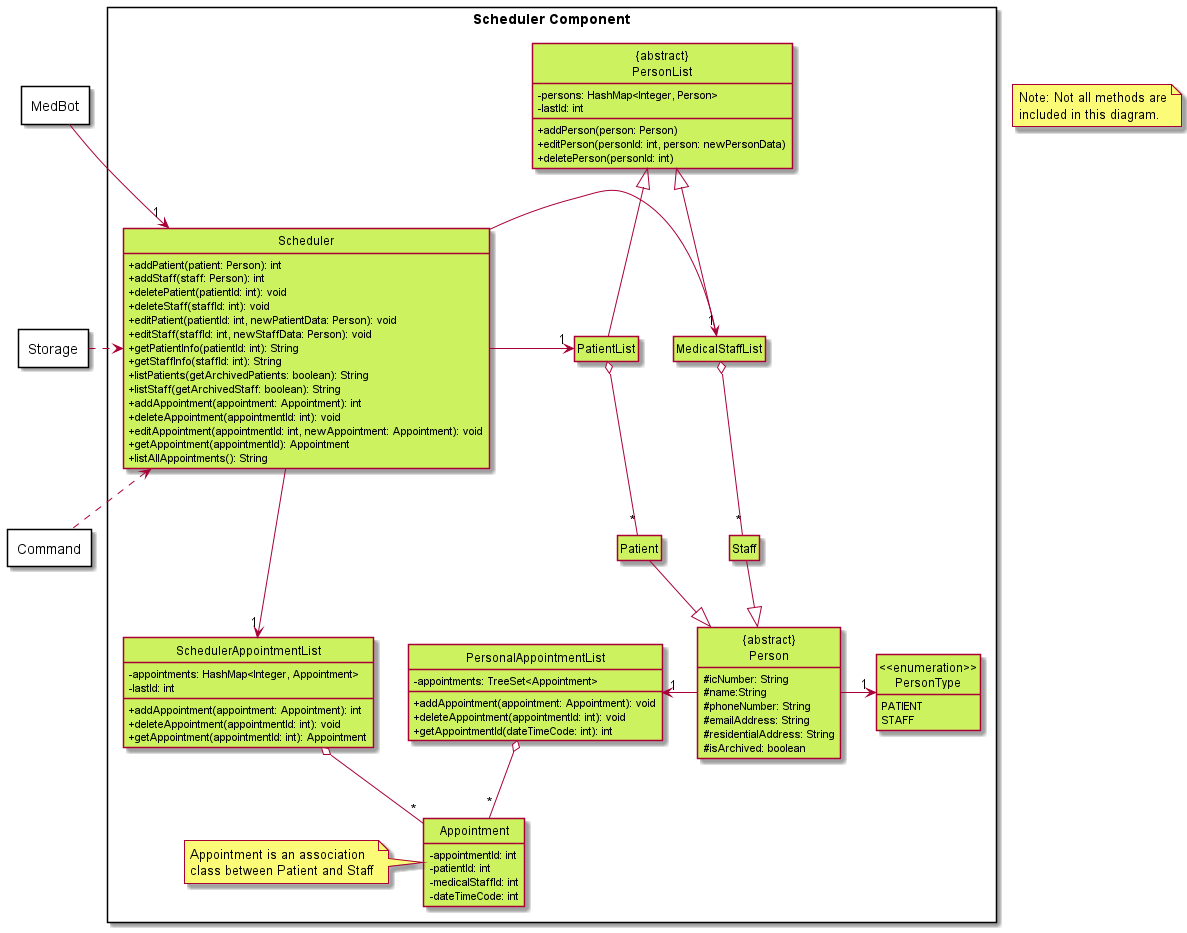
This is docs/diagrams/SchedulerClassDiagram.png from nus-cs2113-AY2122S1/tp, a PlantUML export, as it was before one commit. Source of this version:
```plantuml
@startuml
!define SCHEDULER_COLOR #CDF260

skinparam class {
    BackgroundColor SCHEDULER_COLOR
}

hide circle
hide empty members
skinparam classAttributeIconSize 0

package "MedBot" <<Rectangle>> {
}

package "Storage" <<Rectangle>> {
}

package "Command" <<Rectangle>> {
}

package "Scheduler Component" <<Rectangle>> {
    class Scheduler
    class "{abstract}\nPersonList" as PersonList
    class PatientList
    class "MedicalStaffList" as StaffList
    class SchedulerAppointmentList
    class "{abstract}\nPerson" as Person
    class Patient
    class Staff
    class PersonalAppointmentList
    class Appointment
    note left: Appointment is an association\nclass between Patient and Staff
    enum "<<enumeration>>\nPersonType" as PersonType
}

MedBot -down-> "1" Scheduler
Storage .right.> Scheduler
Command .up.> Scheduler

MedBot -[hidden]down-> Storage
Storage -[hidden]down-> Command

class Scheduler {
    +addPatient(patient: Person): int
    +addStaff(staff: Person): int
    +deletePatient(patientId: int): void
    +deleteStaff(staffId: int): void
    +editPatient(patientId: int, newPatientData: Person): void
    +editStaff(staffId: int, newStaffData: Person): void
    +getPatientInfo(patientId: int): String
    +getStaffInfo(staffId: int): String
    +listPatients(getArchivedPatients: boolean): String
    +listStaff(getArchivedStaff: boolean): String
    +addAppointment(appointment: Appointment): int
    +deleteAppointment(appointmentId: int): void
    +editAppointment(appointmentId: int, newAppointment: Appointment): void
    +getAppointment(appointmentId): Appointment
    +listAllAppointments(): String
}

class PersonList {
    -persons: HashMap<Integer, Person>
    -lastId: int
    +addPerson(person: Person)
    +editPerson(personId: int, person: newPersonData)
    +deletePerson(personId: int)

}

class Person {
    #icNumber: String
    #name:String
    #phoneNumber: String
    #emailAddress: String
    #residentialAddress: String
    #isArchived: boolean
}

enum PersonType {
    PATIENT
    STAFF
}

class PersonalAppointmentList {
    -appointments: TreeSet<Appointment>
    +addAppointment(appointment: Appointment): void
    +deleteAppointment(appointmentId: int): void
    +getAppointmentId(dateTimeCode: int): int
}

class SchedulerAppointmentList {
    -appointments: HashMap<Integer, Appointment>
    -lastId: int
    +addAppointment(appointment: Appointment): int
    +deleteAppointment(appointmentId: int): void
    +getAppointment(appointmentId: int): Appointment
}

class Appointment {
    -appointmentId: int
    -patientId: int
    -medicalStaffId: int
    -dateTimeCode: int
}



PersonList <|-down- PatientList
PersonList <|-down- StaffList
Person <|-up- Patient
Person <|-up- Staff
Person -right-> "1" PersonType
Person -left-> "1" PersonalAppointmentList
PatientList o-down- "*" Patient
StaffList o-down- "*" Staff
Scheduler -right-> "1" PatientList
Scheduler -right-> "1" StaffList
Scheduler -down--> "1" SchedulerAppointmentList
PersonalAppointmentList o-down- "*" Appointment
SchedulerAppointmentList o-down- "*" Appointment

SchedulerAppointmentList -[hidden]right- PersonalAppointmentList



note as MethodsNote
Note: Not all methods are
included in this diagram.
end note
@enduml
```
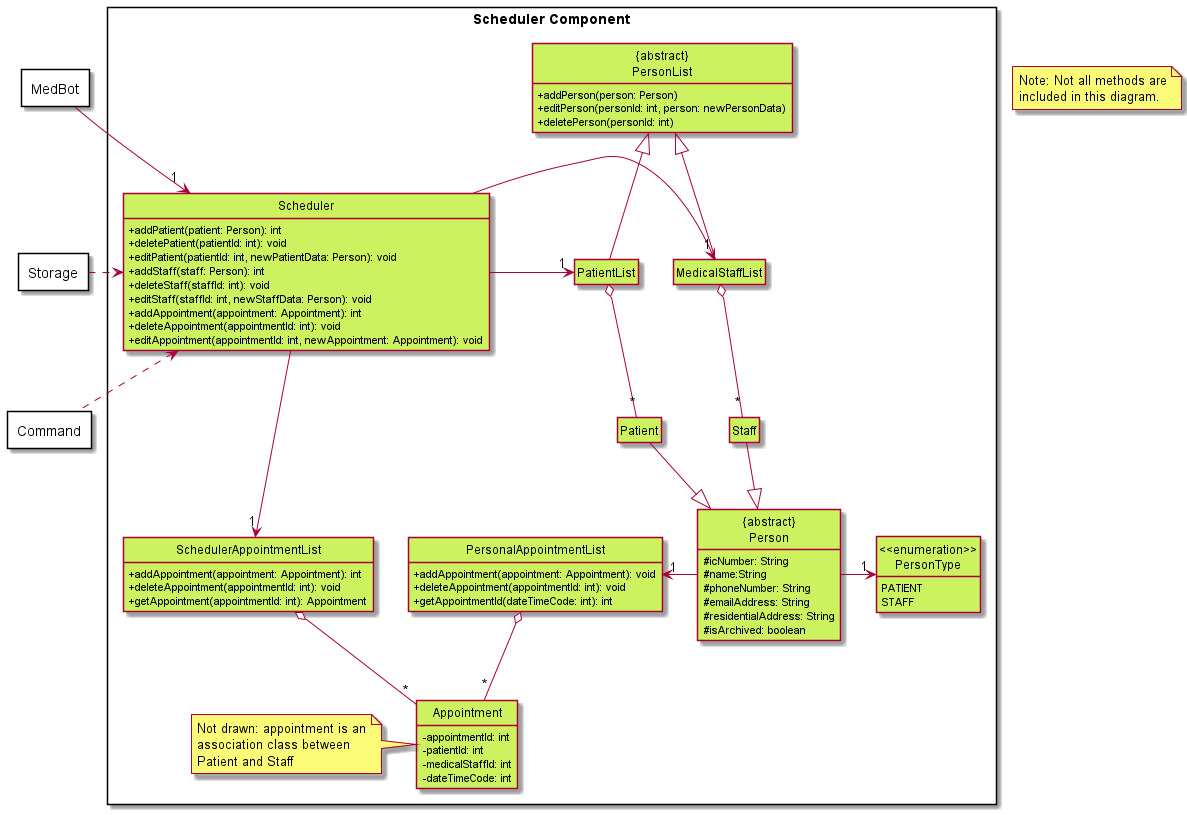
After the commit.

Diff of the diagram source:
```diff
@@ -29,7 +29,7 @@
     class Staff
     class PersonalAppointmentList
     class Appointment
-    note left: Appointment is an association\nclass between Patient and Staff
+    note left: Not drawn: appointment is an\nassociation class between\nPatient and Staff
     enum "<<enumeration>>\nPersonType" as PersonType
 }
 
@@ -42,29 +42,20 @@
 
 class Scheduler {
     +addPatient(patient: Person): int
+    +deletePatient(patientId: int): void
+    +editPatient(patientId: int, newPatientData: Person): void
     +addStaff(staff: Person): int
-    +deletePatient(patientId: int): void
     +deleteStaff(staffId: int): void
-    +editPatient(patientId: int, newPatientData: Person): void
     +editStaff(staffId: int, newStaffData: Person): void
-    +getPatientInfo(patientId: int): String
-    +getStaffInfo(staffId: int): String
-    +listPatients(getArchivedPatients: boolean): String
-    +listStaff(getArchivedStaff: boolean): String
     +addAppointment(appointment: Appointment): int
     +deleteAppointment(appointmentId: int): void
     +editAppointment(appointmentId: int, newAppointment: Appointment): void
-    +getAppointment(appointmentId): Appointment
-    +listAllAppointments(): String
 }
 
 class PersonList {
-    -persons: HashMap<Integer, Person>
-    -lastId: int
     +addPerson(person: Person)
     +editPerson(personId: int, person: newPersonData)
     +deletePerson(personId: int)
-
 }
 
 class Person {
@@ -82,15 +73,12 @@
 }
 
 class PersonalAppointmentList {
-    -appointments: TreeSet<Appointment>
     +addAppointment(appointment: Appointment): void
     +deleteAppointment(appointmentId: int): void
     +getAppointmentId(dateTimeCode: int): int
 }
 
 class SchedulerAppointmentList {
-    -appointments: HashMap<Integer, Appointment>
-    -lastId: int
     +addAppointment(appointment: Appointment): int
     +deleteAppointment(appointmentId: int): void
     +getAppointment(appointmentId: int): Appointment
@@ -119,6 +107,7 @@
 PersonalAppointmentList o-down- "*" Appointment
 SchedulerAppointmentList o-down- "*" Appointment
 
+
 SchedulerAppointmentList -[hidden]right- PersonalAppointmentList
 
 
```
